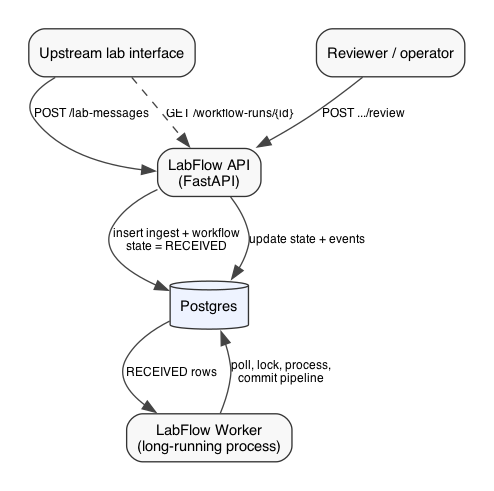
Earlier version of the Graphviz export diagrams/context.png (lyoness1/lab-flow). Its source is kept beside it as diagrams/context.dot.
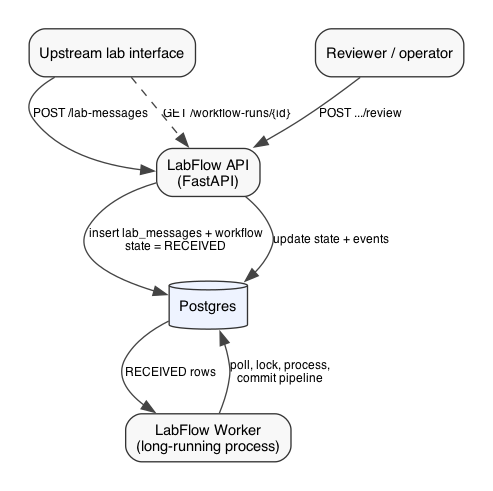
The same file after the commit.

Change to the diagram source:
```diff
@@ -8,7 +8,7 @@
   worker [label="LabFlow Worker\n(long-running process)"];
   reviewer [label="Reviewer / operator"];
   sender -> api [label="POST /lab-messages"];
-  api -> db [label="insert ingest + workflow\nstate = RECEIVED"];
+  api -> db [label="insert lab_messages + workflow\nstate = RECEIVED"];
   worker -> db [label="poll, lock, process,\ncommit pipeline"];
   db -> worker [label="RECEIVED rows"];
   reviewer -> api [label="POST .../review"];
```
